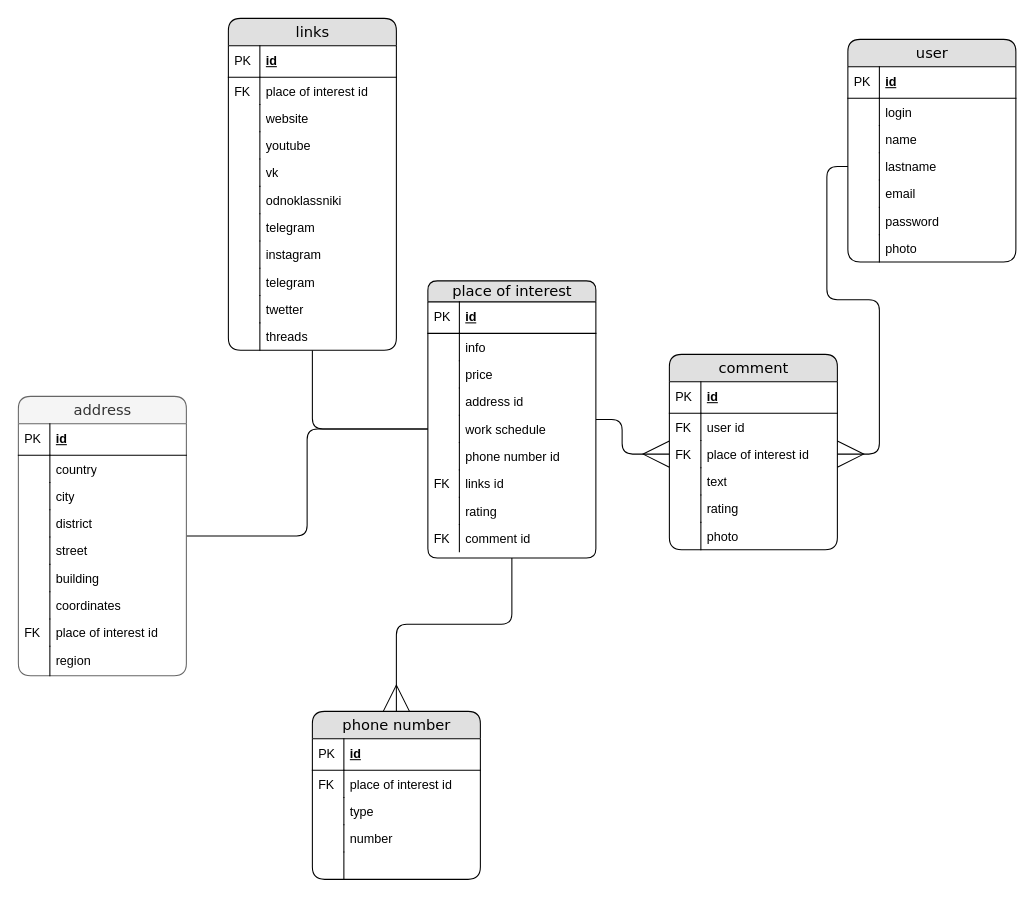
RinaBoni/travel_helper keeps this draw.io diagram as diagram/ERD.drawio. Above is the earlier version. Source tidied: cells renumbered, new cells numbered last; positions are measured from the earlier drawing's top-left corner, leaving out a move shared by most shapes. Both pictures are drawn from the tidied source at 105%, with x=0, y=0 at pixel (18, 18).
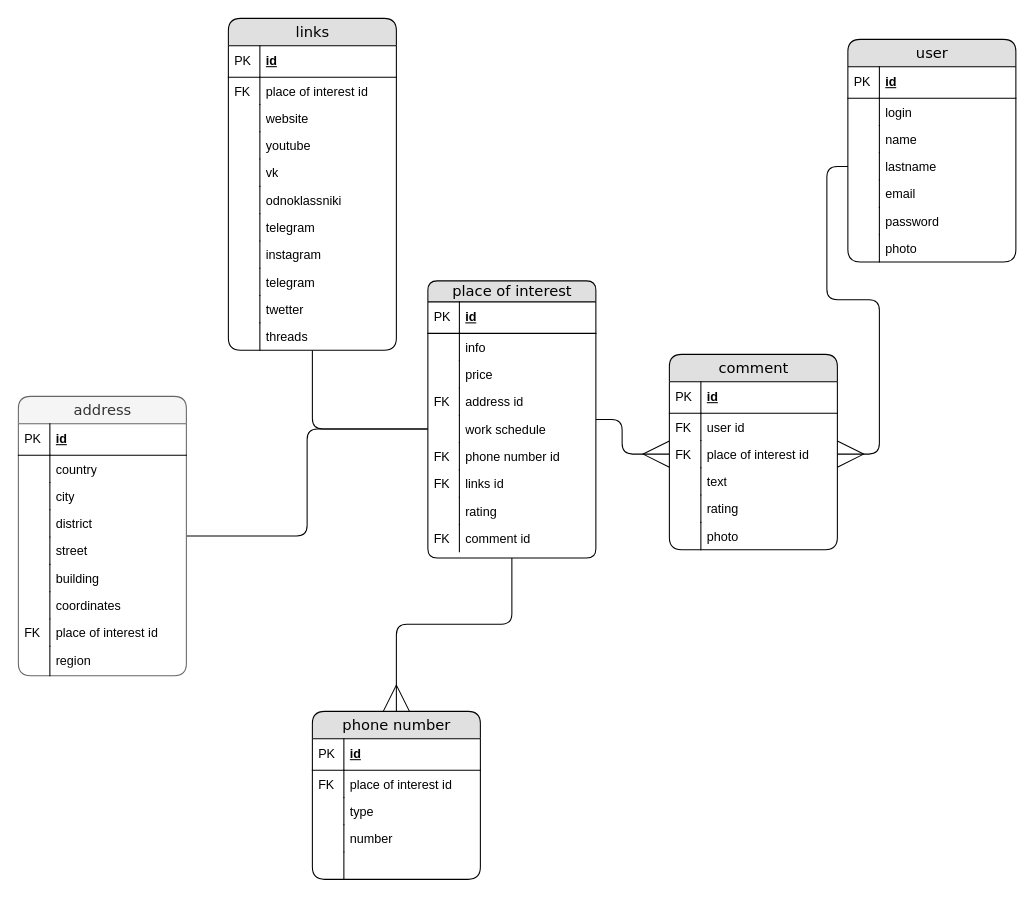
The same page after the edit.

Unchanged cells that the change refers to:
```xml
<mxCell id="10" value="address id" style="shape=partialRectangle;top=0;left=0;right=0;bottom=0;html=1;align=left;verticalAlign=top;fillColor=none;spacingLeft=34;spacingRight=4;whiteSpace=wrap;overflow=hidden;" parent="3" vertex="1">
  <mxGeometry y="102" width="160" height="26" as="geometry" />
</mxCell>
<mxCell id="14" value="phone number id" style="shape=partialRectangle;top=0;left=0;right=0;bottom=0;html=1;align=left;verticalAlign=top;fillColor=none;spacingLeft=34;spacingRight=4;whiteSpace=wrap;overflow=hidden;" parent="3" vertex="1">
  <mxGeometry y="154" width="160" height="26" as="geometry" />
</mxCell>
```

Diff of the diagram source:
```diff
@@
-    <mxCell id="11" style="shape=partialRectangle;top=0;left=0;bottom=0;html=1;fillColor=none;align=left;verticalAlign=top;spacingLeft=4;spacingRight=4;whiteSpace=wrap;overflow=hidden;" parent="10" vertex="1">
+    <mxCell id="11" value="FK" style="shape=partialRectangle;top=0;left=0;bottom=0;html=1;fillColor=none;align=left;verticalAlign=top;spacingLeft=4;spacingRight=4;whiteSpace=wrap;overflow=hidden;" parent="10" vertex="1">
       <mxGeometry width="30" height="26" as="geometry" />
     </mxCell>
@@
-    <mxCell id="15" style="shape=partialRectangle;top=0;left=0;bottom=0;html=1;fillColor=none;align=left;verticalAlign=top;spacingLeft=4;spacingRight=4;whiteSpace=wrap;overflow=hidden;" parent="14" vertex="1">
+    <mxCell id="15" value="FK" style="shape=partialRectangle;top=0;left=0;bottom=0;html=1;fillColor=none;align=left;verticalAlign=top;spacingLeft=4;spacingRight=4;whiteSpace=wrap;overflow=hidden;" parent="14" vertex="1">
       <mxGeometry width="30" height="26" as="geometry" />
     </mxCell>
```
